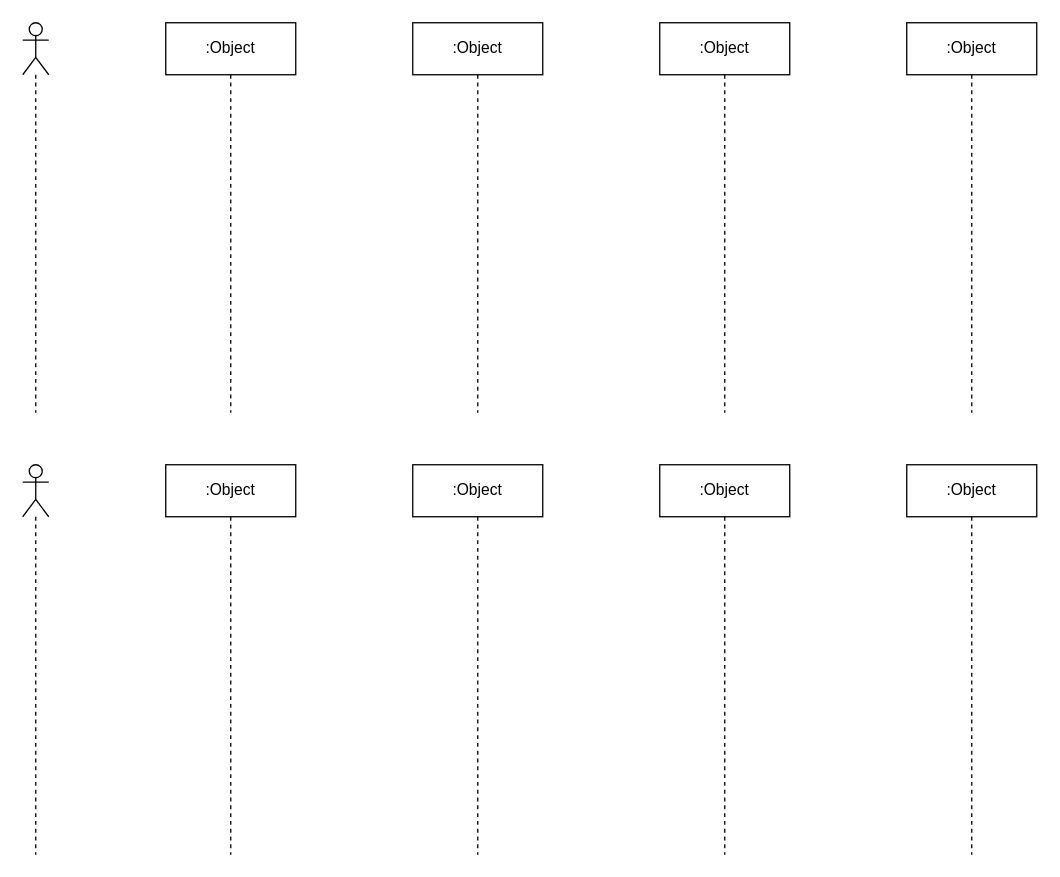
The draw.io diagram Untitled Diagram.drawio in xxxx-jeung/diddenUml, before the edit. Source tidied: cells renumbered, new cells numbered last; positions are measured from the earlier drawing's top-left corner, leaving out a move shared by most shapes. Both pictures are drawn from the tidied source at 130%, with x=0, y=0 at pixel (22, 22).
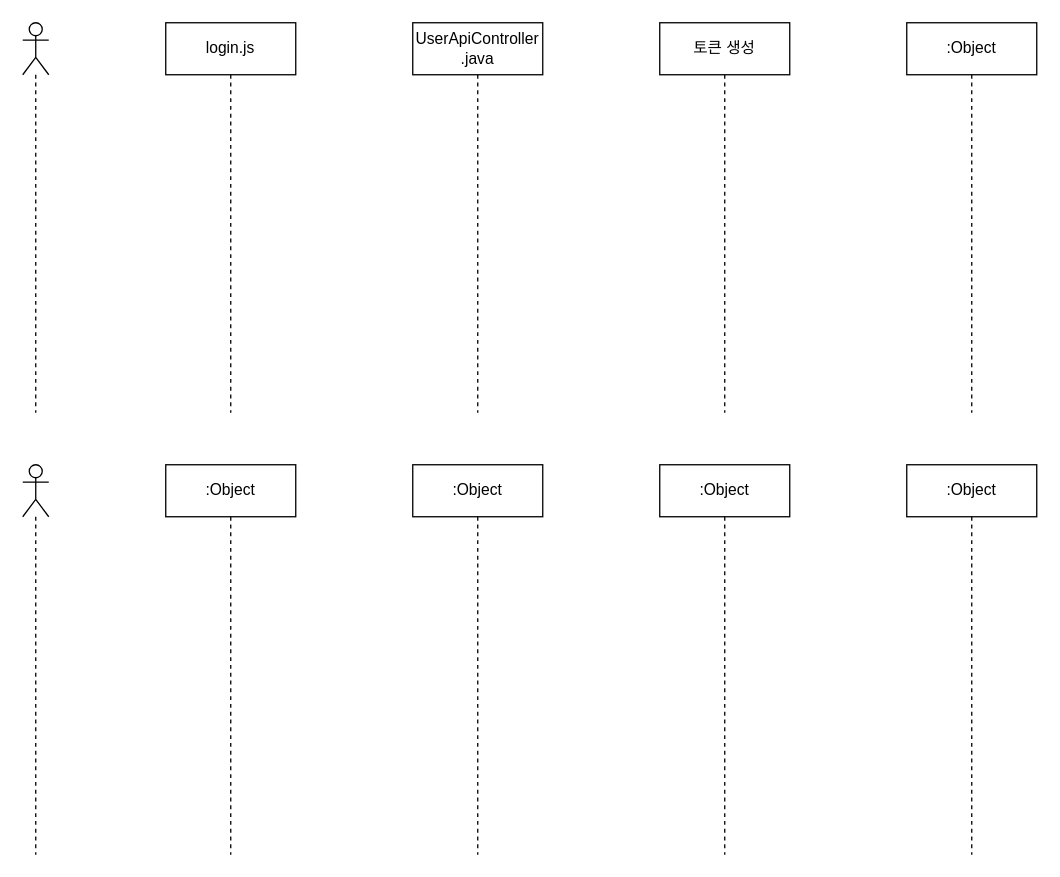
The same diagram, later.

The edit, as a diff of the source:
```diff
@@
 <mxGraphModel>
   <root>
     <mxCell id="0" />
     <mxCell id="1" parent="0" />
     <mxCell id="2" style="shape=umlLifeline;participant=umlActor;perimeter=lifelinePerimeter;whiteSpace=wrap;html=1;verticalAlign=top;spacingTop=36;" parent="1" vertex="1">
       <mxGeometry width="20" height="300" as="geometry" />
     </mxCell>
-    <mxCell id="3" value=":Object" style="shape=umlLifeline;perimeter=lifelinePerimeter;whiteSpace=wrap;html=1;" parent="1" vertex="1">
+    <mxCell id="3" value="login.js" style="shape=umlLifeline;perimeter=lifelinePerimeter;whiteSpace=wrap;html=1;" parent="1" vertex="1">
       <mxGeometry x="110" width="100" height="300" as="geometry" />
     </mxCell>
-    <mxCell id="4" value=":Object" style="shape=umlLifeline;perimeter=lifelinePerimeter;whiteSpace=wrap;html=1;" parent="1" vertex="1">
+    <mxCell id="4" value="UserApiController&lt;br&gt;.java" style="shape=umlLifeline;perimeter=lifelinePerimeter;whiteSpace=wrap;html=1;" parent="1" vertex="1">
       <mxGeometry x="300" width="100" height="300" as="geometry" />
     </mxCell>
-    <mxCell id="5" value=":Object" style="shape=umlLifeline;perimeter=lifelinePerimeter;whiteSpace=wrap;html=1;" parent="1" vertex="1">
+    <mxCell id="5" value="토큰 생성" style="shape=umlLifeline;perimeter=lifelinePerimeter;whiteSpace=wrap;html=1;" parent="1" vertex="1">
       <mxGeometry x="490" width="100" height="300" as="geometry" />
     </mxCell>
     <mxCell id="6" value=":Object" style="shape=umlLifeline;perimeter=lifelinePerimeter;whiteSpace=wrap;html=1;" parent="1" vertex="1">
       <mxGeometry x="680" width="100" height="300" as="geometry" />
     </mxCell>
     <mxCell id="7" style="shape=umlLifeline;participant=umlActor;perimeter=lifelinePerimeter;whiteSpace=wrap;html=1;verticalAlign=top;spacingTop=36;" parent="1" vertex="1">
       <mxGeometry y="340" width="20" height="300" as="geometry" />
     </mxCell>
     <mxCell id="8" value=":Object" style="shape=umlLifeline;perimeter=lifelinePerimeter;whiteSpace=wrap;html=1;" parent="1" vertex="1">
       <mxGeometry x="110" y="340" width="100" height="300" as="geometry" />
     </mxCell>
     <mxCell id="9" value=":Object" style="shape=umlLifeline;perimeter=lifelinePerimeter;whiteSpace=wrap;html=1;" parent="1" vertex="1">
       <mxGeometry x="300" y="340" width="100" height="300" as="geometry" />
     </mxCell>
     <mxCell id="10" value=":Object" style="shape=umlLifeline;perimeter=lifelinePerimeter;whiteSpace=wrap;html=1;" parent="1" vertex="1">
       <mxGeometry x="490" y="340" width="100" height="300" as="geometry" />
     </mxCell>
     <mxCell id="11" value=":Object" style="shape=umlLifeline;perimeter=lifelinePerimeter;whiteSpace=wrap;html=1;" parent="1" vertex="1">
       <mxGeometry x="680" y="340" width="100" height="300" as="geometry" />
     </mxCell>
   </root>
 </mxGraphModel>
```
